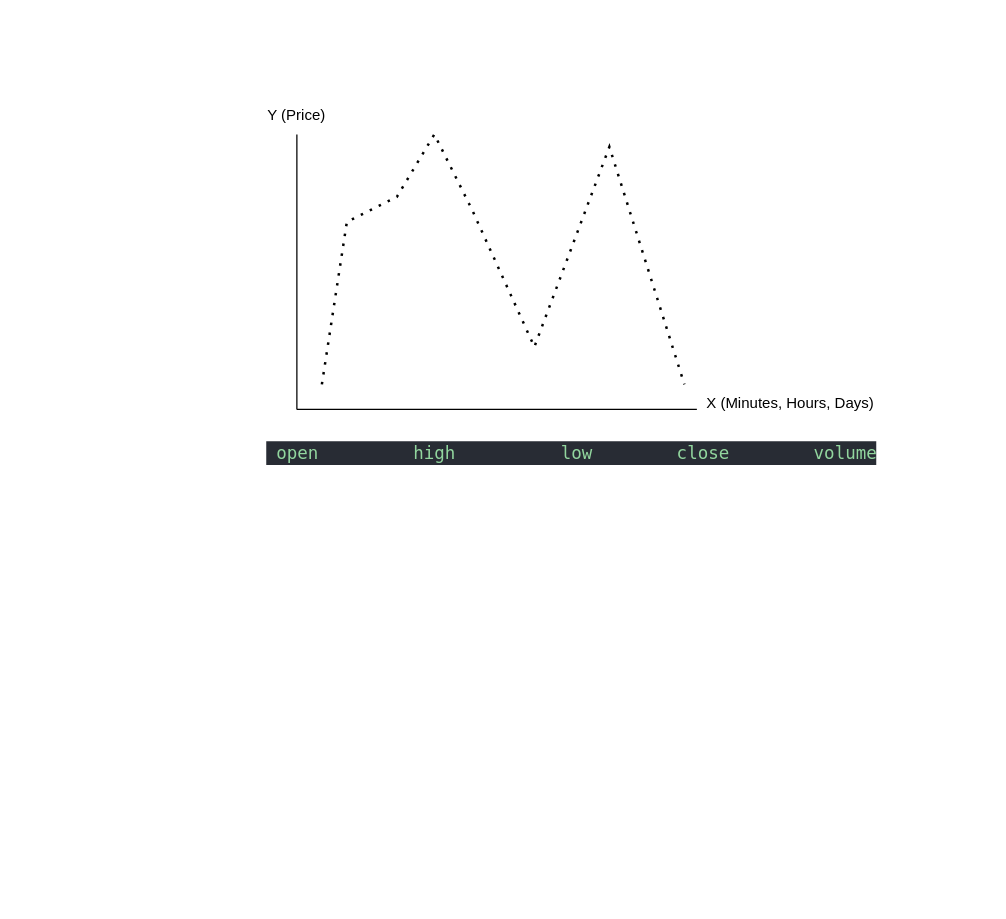
RezkyKam50/ChainOracles keeps this draw.io diagram as docs/Concept.drawio. Above is the earlier version. Source tidied: cells renumbered, new cells numbered last; positions are measured from the earlier drawing's top-left corner, leaving out a move shared by most shapes. Both pictures are drawn from the tidied source at 125%, with x=0, y=0 at pixel (259, 96).
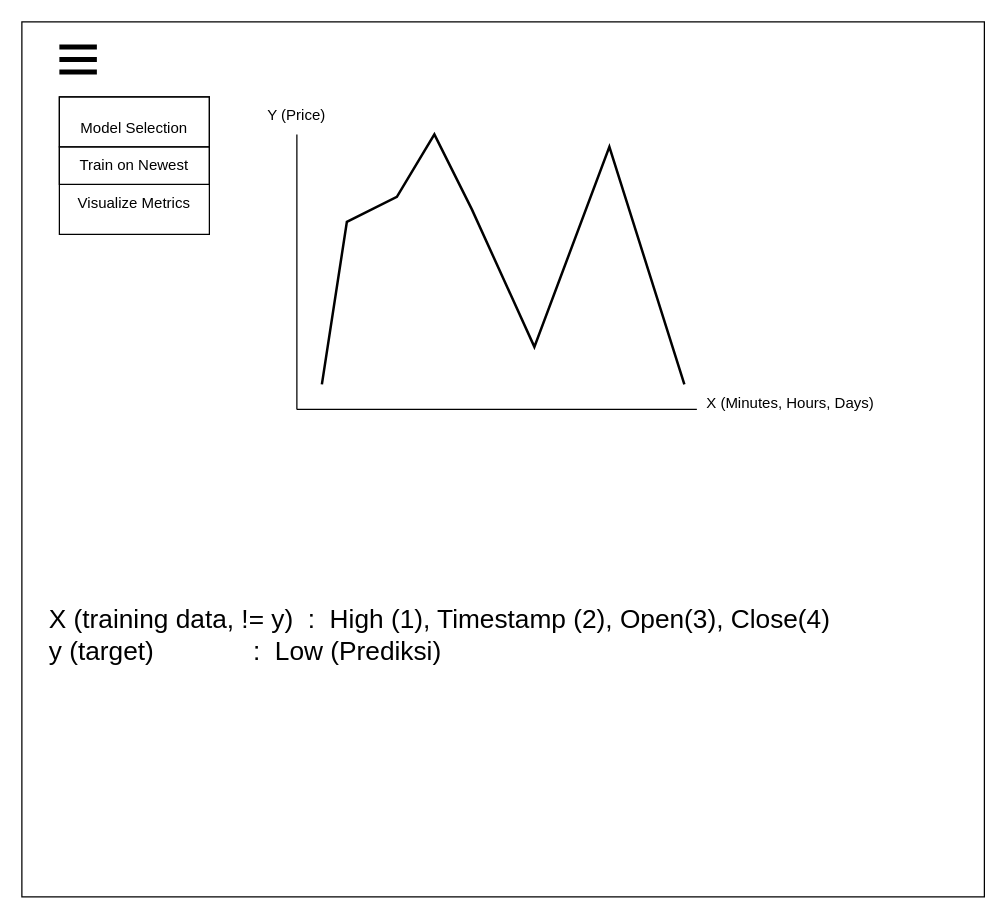
Above is the later version.

The change refers to these unchanged cells:
```xml
<mxCell id="4" value="X (Minutes, Hours, Days)" style="text;html=1;align=center;verticalAlign=middle;whiteSpace=wrap;rounded=0;" parent="1" vertex="1">
  <mxGeometry x="340" y="230" width="170" height="30" as="geometry" />
</mxCell>
```

What changed in the source:
```diff
@@
-    <mxCell id="6" style="endArrow=none;dashed=1;html=1;dashPattern=1 3;strokeWidth=2;rounded=0;entryX=0;entryY=0;entryDx=0;entryDy=0;" parent="1" edge="1" target="4">
+    <mxCell id="6" style="endArrow=none;html=1;strokeWidth=2;rounded=0;entryX=0;entryY=0;entryDx=0;entryDy=0;" parent="1" edge="1" target="4">
       <mxGeometry relative="1" as="geometry">
         <mxPoint x="50" y="230" as="sourcePoint" />
         <Array as="points">
           <mxPoint x="70" y="100" />
           <mxPoint x="110" y="80" />
           <mxPoint x="140" y="30" />
           <mxPoint x="170" y="90" />
           <mxPoint x="220" y="200" />
           <mxPoint x="280" y="40" />
         </Array>
       </mxGeometry>
     </mxCell>
-    <mxCell id="7" value="&lt;div style=&quot;color: rgb(171, 178, 191); background-color: rgb(40, 44, 52); font-family: JetBrainsMono, &amp;quot;Droid Sans Mono&amp;quot;, &amp;quot;monospace&amp;quot;, monospace; font-size: 14px; line-height: 19px; white-space: pre;&quot;&gt;&lt;span style=&quot;color: #92d69e;&quot;&gt; open         high          low        close        volume&lt;/span&gt;&lt;/div&gt;" style="text;html=1;align=center;verticalAlign=middle;whiteSpace=wrap;rounded=0;" parent="1" vertex="1">
-      <mxGeometry x="220" y="270" width="60" height="30" as="geometry" />
-    </mxCell>
+    <mxCell id="8" style="endArrow=none;html=1;rounded=0;strokeWidth=4;" parent="1" edge="1">
+      <mxGeometry relative="1" as="geometry">
+        <mxPoint x="-160" y="-40" as="sourcePoint" />
+        <mxPoint x="-130" y="-40" as="targetPoint" />
+      </mxGeometry>
+    </mxCell>
+    <mxCell id="9" style="rounded=0;whiteSpace=wrap;html=1;fillColor=none;" parent="1" vertex="1">
+      <mxGeometry x="-190" y="-60" width="770" height="700" as="geometry" />
+    </mxCell>
+    <mxCell id="10" style="endArrow=none;html=1;rounded=0;strokeWidth=4;" parent="1" edge="1">
+      <mxGeometry relative="1" as="geometry">
+        <mxPoint x="-160" y="-30" as="sourcePoint" />
+        <mxPoint x="-130" y="-30" as="targetPoint" />
+      </mxGeometry>
+    </mxCell>
+    <mxCell id="11" style="endArrow=none;html=1;rounded=0;strokeWidth=4;" parent="1" edge="1">
+      <mxGeometry relative="1" as="geometry">
+        <mxPoint x="-160" y="-20" as="sourcePoint" />
+        <mxPoint x="-130" y="-20" as="targetPoint" />
+      </mxGeometry>
+    </mxCell>
+    <mxCell id="12" style="rounded=0;whiteSpace=wrap;html=1;" parent="1" vertex="1">
+      <mxGeometry x="-160" width="120" height="110" as="geometry" />
+    </mxCell>
+    <mxCell id="13" value="Model Selection" style="text;html=1;align=center;verticalAlign=middle;whiteSpace=wrap;rounded=0;" parent="1" vertex="1">
+      <mxGeometry x="-150" y="10" width="100" height="30" as="geometry" />
+    </mxCell>
+    <mxCell id="14" value="Train on Newest" style="text;html=1;align=center;verticalAlign=middle;whiteSpace=wrap;rounded=0;" parent="1" vertex="1">
+      <mxGeometry x="-150" y="40" width="100" height="30" as="geometry" />
+    </mxCell>
+    <mxCell id="15" value="Visualize Metrics" style="text;html=1;align=center;verticalAlign=middle;whiteSpace=wrap;rounded=0;" parent="1" vertex="1">
+      <mxGeometry x="-150" y="70" width="100" height="30" as="geometry" />
+    </mxCell>
+    <mxCell id="16" style="rounded=0;whiteSpace=wrap;html=1;fillColor=none;" parent="1" vertex="1">
+      <mxGeometry x="-160" width="120" height="40" as="geometry" />
+    </mxCell>
+    <mxCell id="17" style="rounded=0;whiteSpace=wrap;html=1;fillColor=none;" parent="1" vertex="1">
+      <mxGeometry x="-160" y="40" width="120" height="30" as="geometry" />
+    </mxCell>
+    <mxCell id="18" value="&lt;font style=&quot;font-size: 21px;&quot;&gt;X (training data, != y)&amp;nbsp; :&amp;nbsp; High (1), Timestamp (2), Open(3), Close(4)&amp;nbsp; &amp;nbsp;&lt;/font&gt;&lt;div&gt;&lt;span style=&quot;font-size: 21px;&quot;&gt;y (target)&lt;span style=&quot;white-space: pre;&quot;&gt;&#9;&lt;/span&gt;&lt;span style=&quot;white-space: pre;&quot;&gt;&#9;&amp;nbsp;&lt;/span&gt;&amp;nbsp; &amp;nbsp;:&amp;nbsp; Low (Prediksi)&lt;/span&gt;&lt;/div&gt;" style="text;html=1;align=left;verticalAlign=middle;whiteSpace=wrap;rounded=0;" parent="1" vertex="1">
+      <mxGeometry x="-170" y="400" width="710" height="60" as="geometry" />
+    </mxCell>
```
